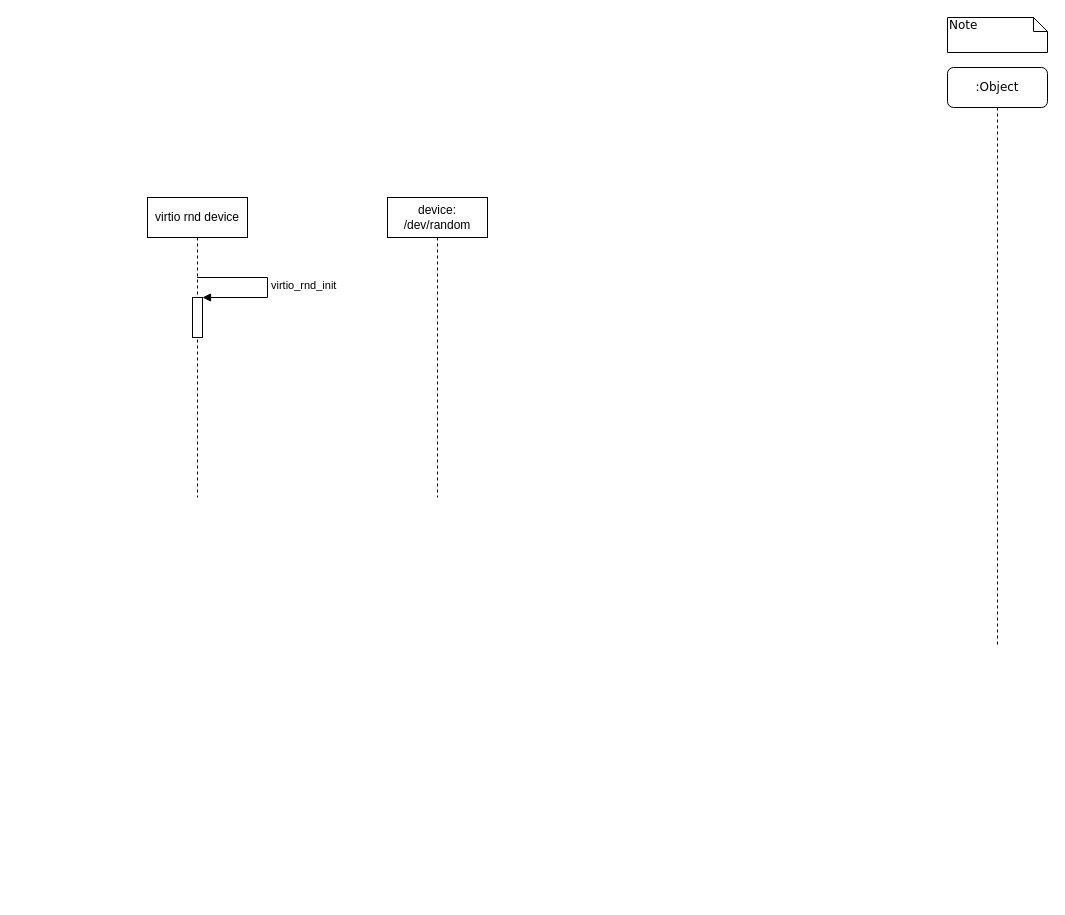
The draw.io diagram virtio_rnd.drawio in JannaiWu/Drawio, before the edit. Source tidied: cells renumbered, new cells numbered last; positions are measured from the earlier drawing's top-left corner, leaving out a move shared by most shapes. Both pictures are drawn from the tidied source at 100%, with x=0, y=0 at pixel (147, 17).
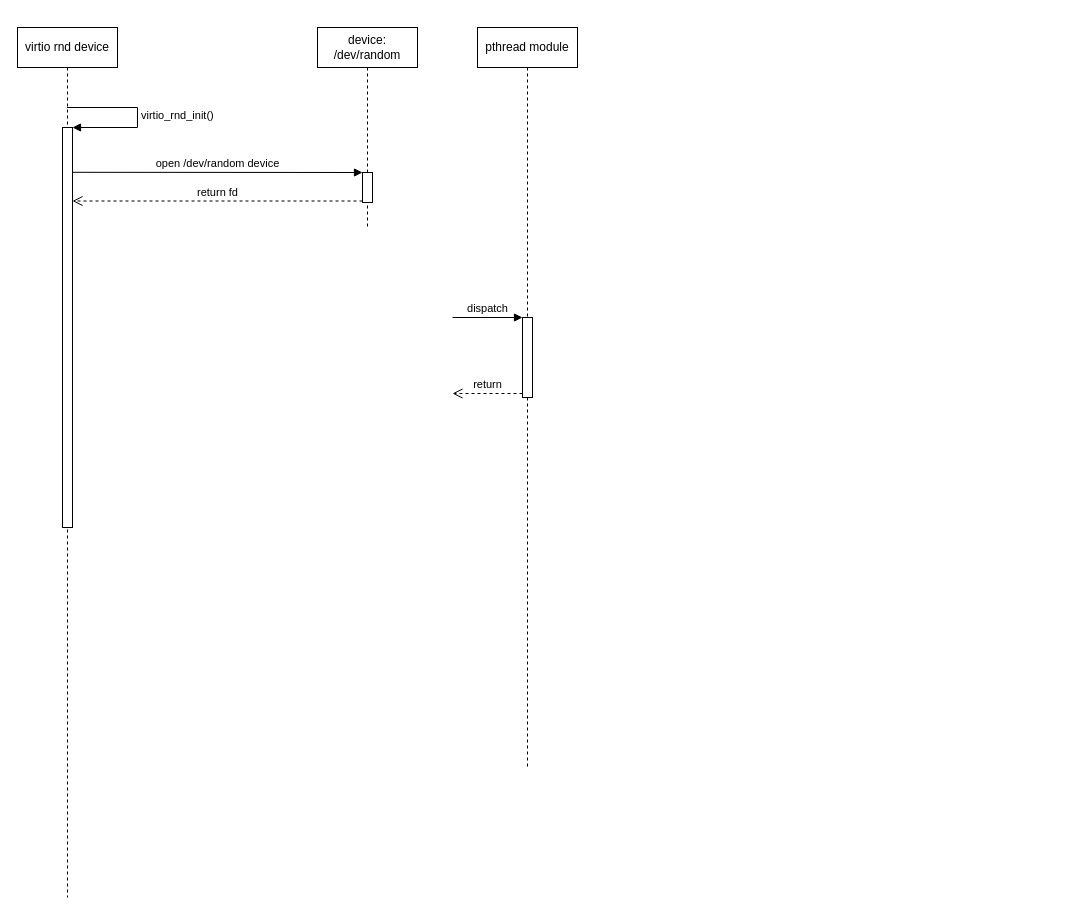
The same diagram, later.

Change to the diagram source:
```diff
@@
 <mxGraphModel>
   <root>
     <mxCell id="0" />
     <mxCell id="1" parent="0" />
-    <mxCell id="2" value=":Object" style="shape=umlLifeline;perimeter=lifelinePerimeter;whiteSpace=wrap;html=1;rounded=1;shadow=0;comic=0;labelBackgroundColor=none;strokeWidth=1;fontFamily=Verdana;fontSize=12;align=center;" parent="1" vertex="1">
-      <mxGeometry x="800" y="50" width="100" height="580" as="geometry" />
-    </mxCell>
-    <mxCell id="3" value="Note" style="shape=note;whiteSpace=wrap;html=1;size=14;verticalAlign=top;align=left;spacingTop=-6;rounded=0;shadow=0;comic=0;labelBackgroundColor=none;strokeWidth=1;fontFamily=Verdana;fontSize=12;" parent="1" vertex="1">
-      <mxGeometry x="800" width="100" height="35" as="geometry" />
-    </mxCell>
     <mxCell id="4" value="virtio rnd device" style="shape=umlLifeline;perimeter=lifelinePerimeter;whiteSpace=wrap;html=1;outlineConnect=0;" parent="1" vertex="1">
-      <mxGeometry y="180" width="100" height="300" as="geometry" />
+      <mxGeometry x="-130" y="10" width="100" height="870" as="geometry" />
     </mxCell>
     <mxCell id="5" style="html=1;points=[];perimeter=orthogonalPerimeter;" parent="4" vertex="1">
-      <mxGeometry x="45" y="100" width="10" height="40" as="geometry" />
+      <mxGeometry x="45" y="100" width="10" height="400" as="geometry" />
     </mxCell>
-    <mxCell id="6" value="virtio_rnd_init" style="edgeStyle=orthogonalEdgeStyle;html=1;align=left;spacingLeft=2;endArrow=block;rounded=0;entryX=1;entryY=0;" parent="4" edge="1" source="4" target="5">
+    <mxCell id="6" value="virtio_rnd_init()" style="edgeStyle=orthogonalEdgeStyle;html=1;align=left;spacingLeft=2;endArrow=block;rounded=0;entryX=1;entryY=0;" parent="4" edge="1" source="4" target="5">
       <mxGeometry relative="1" as="geometry">
         <Array as="points">
           <mxPoint x="120" y="80" />
           <mxPoint x="120" y="100" />
         </Array>
       </mxGeometry>
     </mxCell>
     <mxCell id="7" value="device: /dev/random" style="shape=umlLifeline;perimeter=lifelinePerimeter;whiteSpace=wrap;html=1;" parent="1" vertex="1">
-      <mxGeometry x="240" y="180" width="100" height="300" as="geometry" />
+      <mxGeometry x="170" y="10" width="100" height="200" as="geometry" />
     </mxCell>
+    <mxCell id="8" style="html=1;points=[];perimeter=orthogonalPerimeter;" parent="7" vertex="1">
+      <mxGeometry x="45" y="145" width="10" height="30" as="geometry" />
+    </mxCell>
+    <mxCell id="9" value="open /dev/random device" style="html=1;verticalAlign=bottom;endArrow=block;entryX=0;entryY=0;rounded=0;exitX=1.005;exitY=0.112;exitDx=0;exitDy=0;exitPerimeter=0;" parent="1" edge="1" source="5" target="8">
+      <mxGeometry relative="1" as="geometry" />
+    </mxCell>
+    <mxCell id="10" value="return fd" style="html=1;verticalAlign=bottom;endArrow=open;dashed=1;endSize=8;exitX=0;exitY=0.95;rounded=0;" parent="1" edge="1" source="8" target="5">
+      <mxGeometry relative="1" as="geometry" />
+    </mxCell>
+    <mxCell id="11" value="pthread module" style="shape=umlLifeline;perimeter=lifelinePerimeter;whiteSpace=wrap;html=1;" parent="1" vertex="1">
+      <mxGeometry x="330" y="10" width="100" height="740" as="geometry" />
+    </mxCell>
+    <mxCell id="12" style="html=1;points=[];perimeter=orthogonalPerimeter;gradientColor=none;" parent="11" vertex="1">
+      <mxGeometry x="45" y="290" width="10" height="80" as="geometry" />
+    </mxCell>
+    <mxCell id="13" value="dispatch" style="html=1;verticalAlign=bottom;endArrow=block;entryX=0;entryY=0;rounded=0;" parent="11" edge="1" target="12">
+      <mxGeometry relative="1" as="geometry">
+        <mxPoint x="-25" y="290" as="sourcePoint" />
+      </mxGeometry>
+    </mxCell>
+    <mxCell id="14" value="return" style="html=1;verticalAlign=bottom;endArrow=open;dashed=1;endSize=8;exitX=0;exitY=0.95;rounded=0;" parent="11" edge="1" source="12">
+      <mxGeometry relative="1" as="geometry">
+        <mxPoint x="-25" y="366" as="targetPoint" />
+      </mxGeometry>
+    </mxCell>
   </root>
 </mxGraphModel>
```
